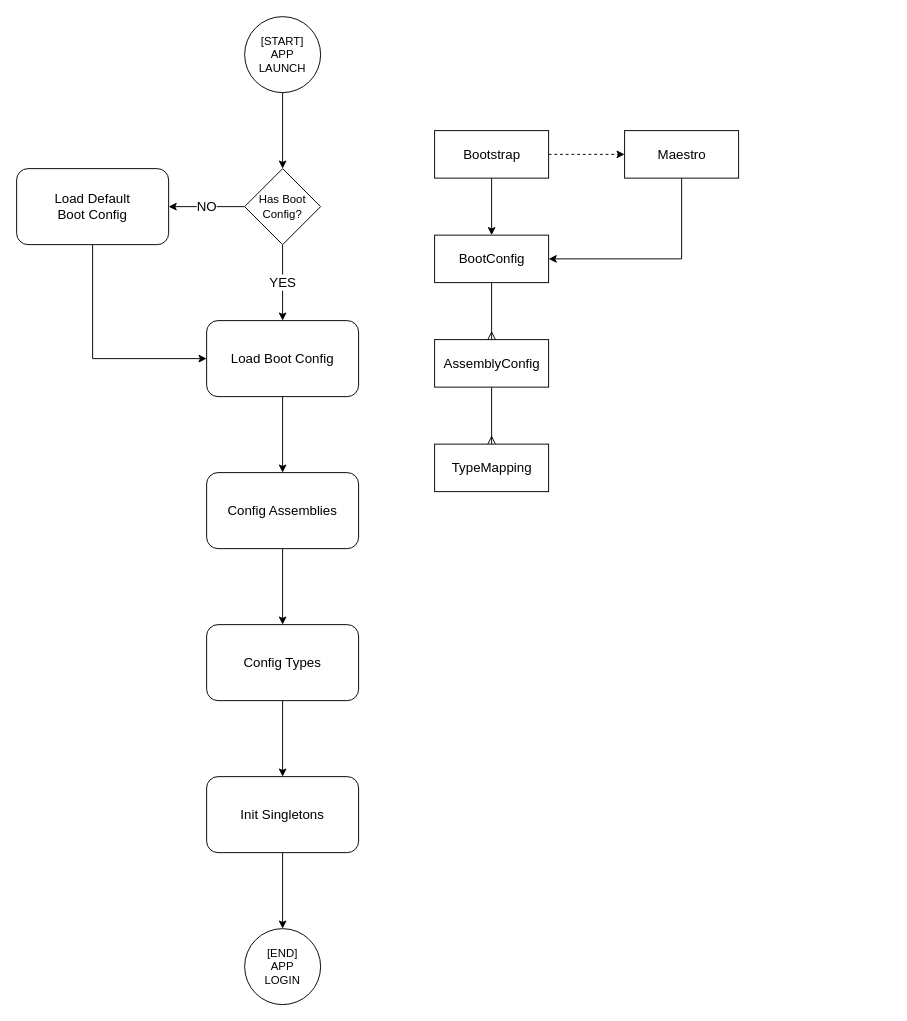
The draw.io diagram docs/IOC.drawio in supermax/maestro, before the edit. Source tidied: cells renumbered, new cells numbered last; positions are measured from the earlier drawing's top-left corner, leaving out a move shared by most shapes. Both pictures are drawn from the tidied source at 95%, with x=0, y=0 at pixel (16, 16).
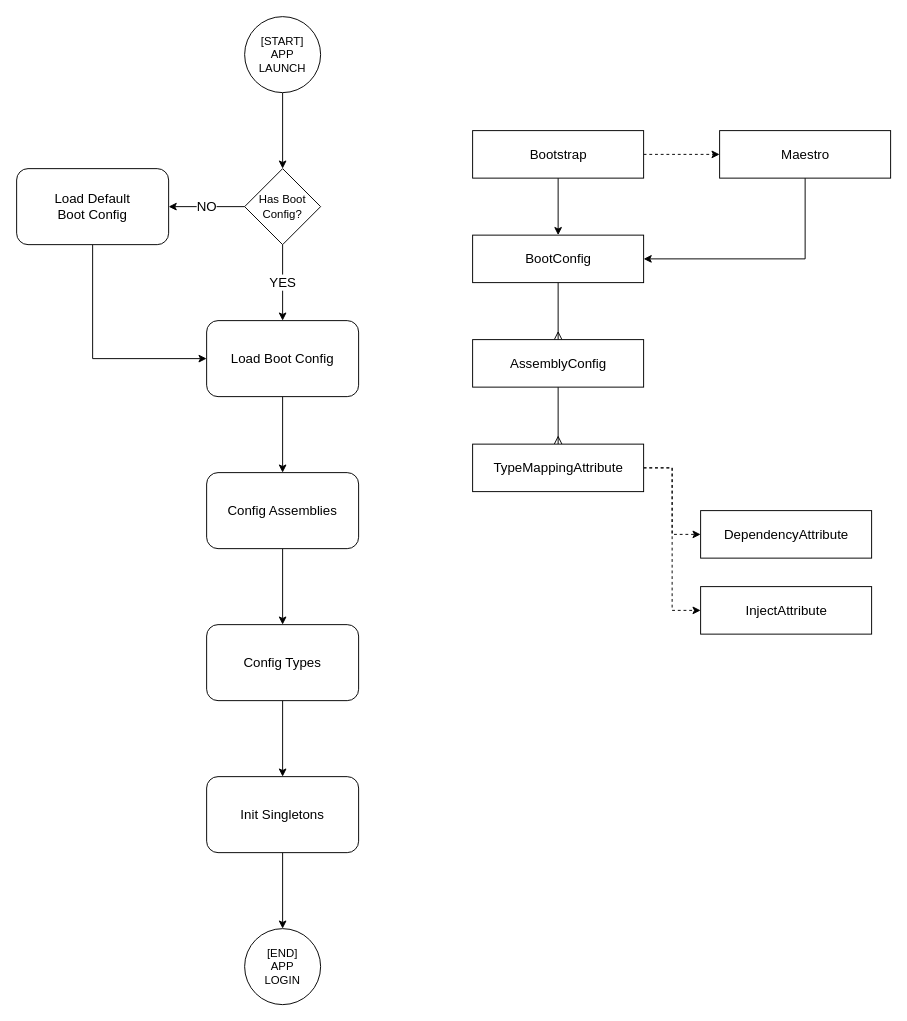
The same diagram, later.

Diff of the diagram source:
```diff
@@
     <mxCell id="20" value="Bootstrap" style="html=1;fontSize=14;" parent="1" vertex="1">
-      <mxGeometry x="440" y="120" width="120" height="50" as="geometry" />
+      <mxGeometry x="480" y="120" width="180" height="50" as="geometry" />
     </mxCell>
@@
     <mxCell id="22" value="BootConfig" style="html=1;fontSize=14;" parent="1" vertex="1">
-      <mxGeometry x="440" y="230" width="120" height="50" as="geometry" />
+      <mxGeometry x="480" y="230" width="180" height="50" as="geometry" />
     </mxCell>
@@
     <mxCell id="24" value="AssemblyConfig" style="html=1;fontSize=14;" parent="1" vertex="1">
-      <mxGeometry x="440" y="340" width="120" height="50" as="geometry" />
+      <mxGeometry x="480" y="340" width="180" height="50" as="geometry" />
     </mxCell>
+    <mxCell id="28" style="edgeStyle=orthogonalEdgeStyle;rounded=0;jettySize=auto;html=1;entryX=0;entryY=0.5;entryDx=0;entryDy=0;dashed=1;endArrow=classic;endFill=1;fontSize=14;" parent="1" edge="1" source="25" target="30">
+      <mxGeometry relative="1" as="geometry" />
+    </mxCell>
+    <mxCell id="29" style="edgeStyle=orthogonalEdgeStyle;rounded=0;jettySize=auto;html=1;entryX=0;entryY=0.5;entryDx=0;entryDy=0;dashed=1;endArrow=classic;endFill=1;fontSize=14;" parent="1" edge="1" source="25" target="31">
+      <mxGeometry relative="1" as="geometry" />
+    </mxCell>
-    <mxCell id="25" value="TypeMapping" style="html=1;fontSize=14;" parent="1" vertex="1">
-      <mxGeometry x="440" y="450" width="120" height="50" as="geometry" />
+    <mxCell id="25" value="TypeMappingAttribute" style="html=1;fontSize=14;" parent="1" vertex="1">
+      <mxGeometry x="480" y="450" width="180" height="50" as="geometry" />
     </mxCell>
@@
     <mxCell id="27" value="Maestro" style="html=1;fontSize=14;" parent="1" vertex="1">
-      <mxGeometry x="640" y="120" width="120" height="50" as="geometry" />
+      <mxGeometry x="740" y="120" width="180" height="50" as="geometry" />
     </mxCell>
+    <mxCell id="30" value="DependencyAttribute" style="html=1;fontSize=14;" parent="1" vertex="1">
+      <mxGeometry x="720" y="520" width="180" height="50" as="geometry" />
+    </mxCell>
+    <mxCell id="31" value="InjectAttribute" style="html=1;fontSize=14;" parent="1" vertex="1">
+      <mxGeometry x="720" y="600" width="180" height="50" as="geometry" />
+    </mxCell>
```
